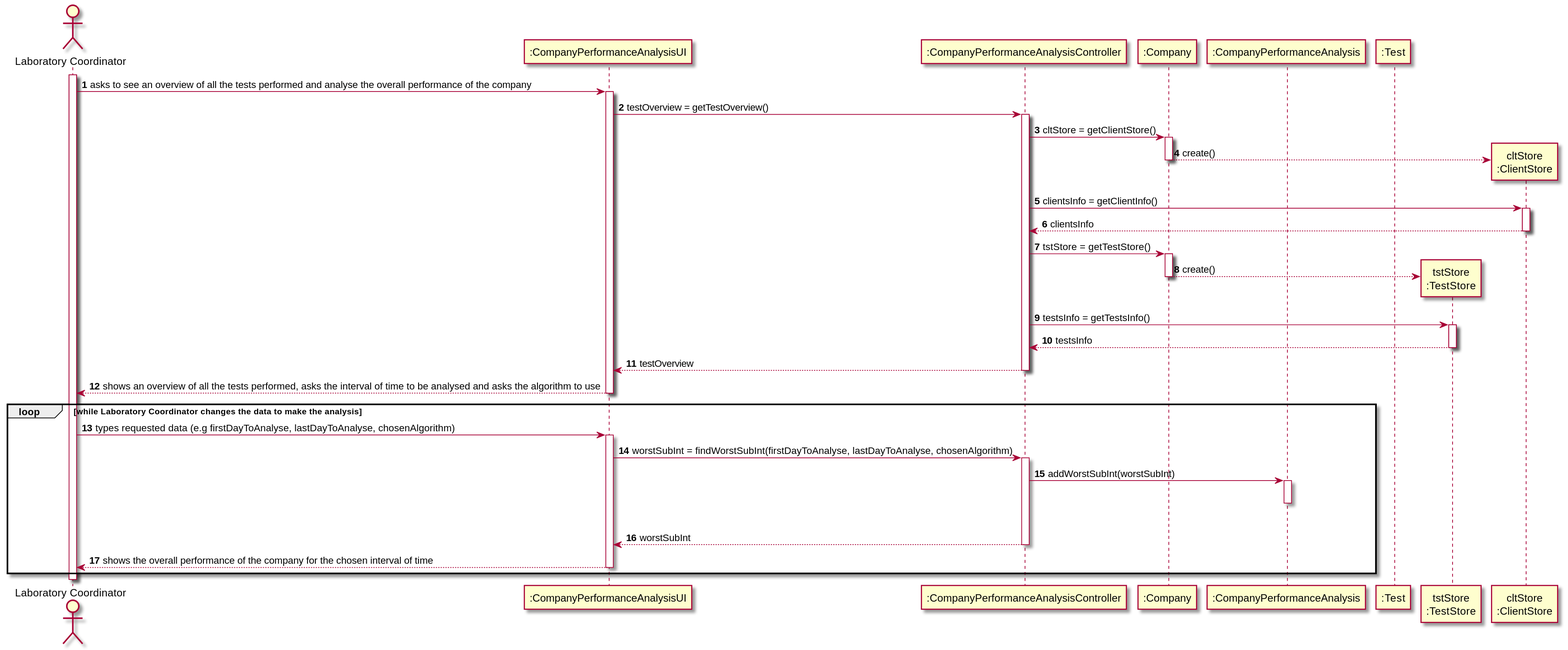
Earlier version of the PlantUML export docs/SprintD/US_16/US016_SD.svg (ana-albergaria/LAPR2-ISEP). The source it was exported from:
```plantuml
@startuml
autonumber
actor "Laboratory Coordinator" as LC

participant ":CompanyPerformanceAnalysisUI" as UI
participant ":CompanyPerformanceAnalysisController" as CTRL
participant ":Company" as CMP
participant ":CompanyPerformanceAnalysis" as CPA
participant ":Test" as TST
participant "tstStore\n:TestStore" as TSTSTORE
participant "cltStore\n:ClientStore" as CLTSTORE

activate LC
LC -> UI : asks to see an overview of all the tests performed and analyse the overall performance of the company
activate UI

UI -> CTRL : testOverview = getTestOverview()
activate CTRL

CTRL -> CMP : cltStore = getClientStore()
activate CMP
CMP --> CLTSTORE** : create()
deactivate CMP
CTRL -> CLTSTORE : clientsInfo = getClientInfo()
activate CLTSTORE
CLTSTORE --> CTRL : clientsInfo
deactivate CLTSTORE

CTRL -> CMP : tstStore = getTestStore()
activate CMP
CMP --> TSTSTORE** : create()
deactivate CMP
CTRL -> TSTSTORE : testsInfo = getTestsInfo()
activate TSTSTORE
TSTSTORE --> CTRL : testsInfo
deactivate TSTSTORE

CTRL --> UI : testOverview
deactivate CTRL

UI --> LC : shows an overview of all the tests performed, asks the interval of time to be analysed and asks the algorithm to use
deactivate UI

loop while Laboratory Coordinator changes the data to make the analysis
LC -> UI : types requested data (e.g firstDayToAnalyse, lastDayToAnalyse, chosenAlgorithm)
activate UI

UI -> CTRL : worstSubInt = findWorstSubInt(firstDayToAnalyse, lastDayToAnalyse, chosenAlgorithm)
activate CTRL
CTRL -> CPA : addWorstSubInt(worstSubInt)
activate CPA
|||
deactivate CPA
CTRL --> UI : worstSubInt
deactivate CTRL

UI --> LC : shows the overall performance of the company for the chosen interval of time
deactivate UI
end

@enduml
```
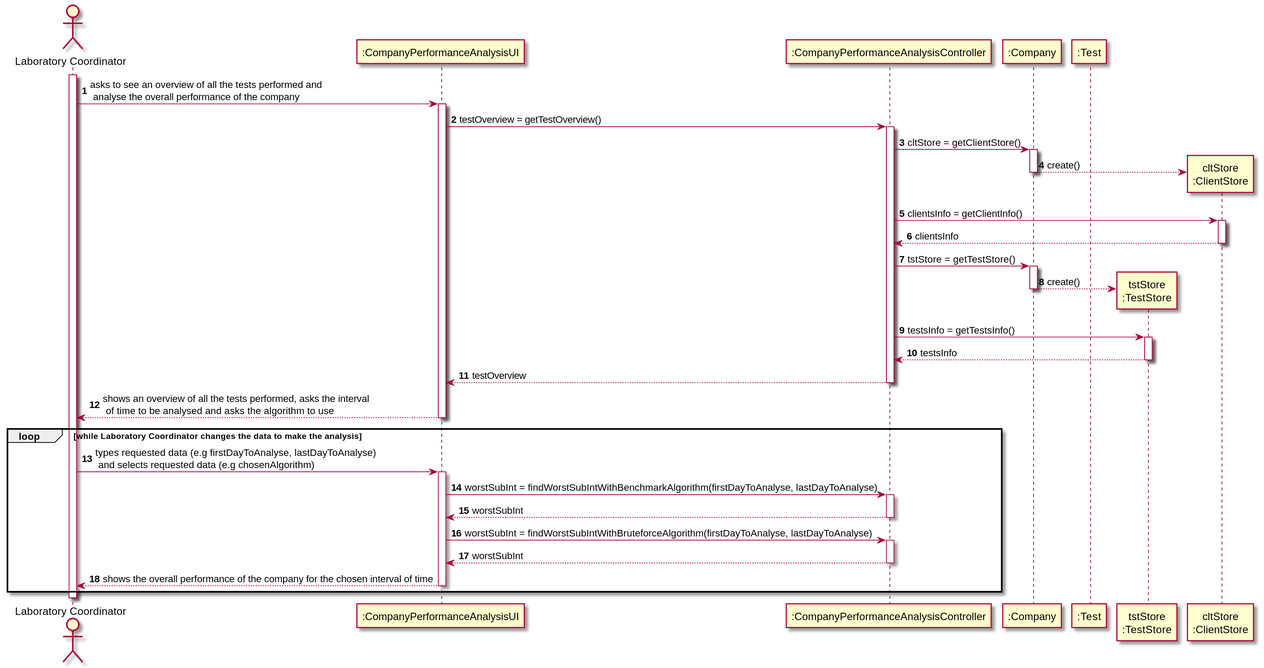
Above is the later version.

The edit, as a diff of the source:
```diff
@@ -5,13 +5,12 @@
 participant ":CompanyPerformanceAnalysisUI" as UI
 participant ":CompanyPerformanceAnalysisController" as CTRL
 participant ":Company" as CMP
-participant ":CompanyPerformanceAnalysis" as CPA
 participant ":Test" as TST
 participant "tstStore\n:TestStore" as TSTSTORE
 participant "cltStore\n:ClientStore" as CLTSTORE
 
 activate LC
-LC -> UI : asks to see an overview of all the tests performed and analyse the overall performance of the company
+LC -> UI : asks to see an overview of all the tests performed and \n analyse the overall performance of the company
 activate UI
 
 UI -> CTRL : testOverview = getTestOverview()
@@ -38,19 +37,20 @@
 CTRL --> UI : testOverview
 deactivate CTRL
 
-UI --> LC : shows an overview of all the tests performed, asks the interval of time to be analysed and asks the algorithm to use
+UI --> LC : shows an overview of all the tests performed, asks the interval \n of time to be analysed and asks the algorithm to use
 deactivate UI
 
 loop while Laboratory Coordinator changes the data to make the analysis
-LC -> UI : types requested data (e.g firstDayToAnalyse, lastDayToAnalyse, chosenAlgorithm)
+LC -> UI : types requested data (e.g firstDayToAnalyse, lastDayToAnalyse) \n and selects requested data (e.g chosenAlgorithm)
 activate UI
 
-UI -> CTRL : worstSubInt = findWorstSubInt(firstDayToAnalyse, lastDayToAnalyse, chosenAlgorithm)
+UI -> CTRL : worstSubInt = findWorstSubIntWithBenchmarkAlgorithm(firstDayToAnalyse, lastDayToAnalyse)
 activate CTRL
-CTRL -> CPA : addWorstSubInt(worstSubInt)
-activate CPA
-|||
-deactivate CPA
+CTRL --> UI : worstSubInt
+deactivate CTRL
+
+UI -> CTRL : worstSubInt = findWorstSubIntWithBruteforceAlgorithm(firstDayToAnalyse, lastDayToAnalyse)
+activate CTRL
 CTRL --> UI : worstSubInt
 deactivate CTRL
 
```
